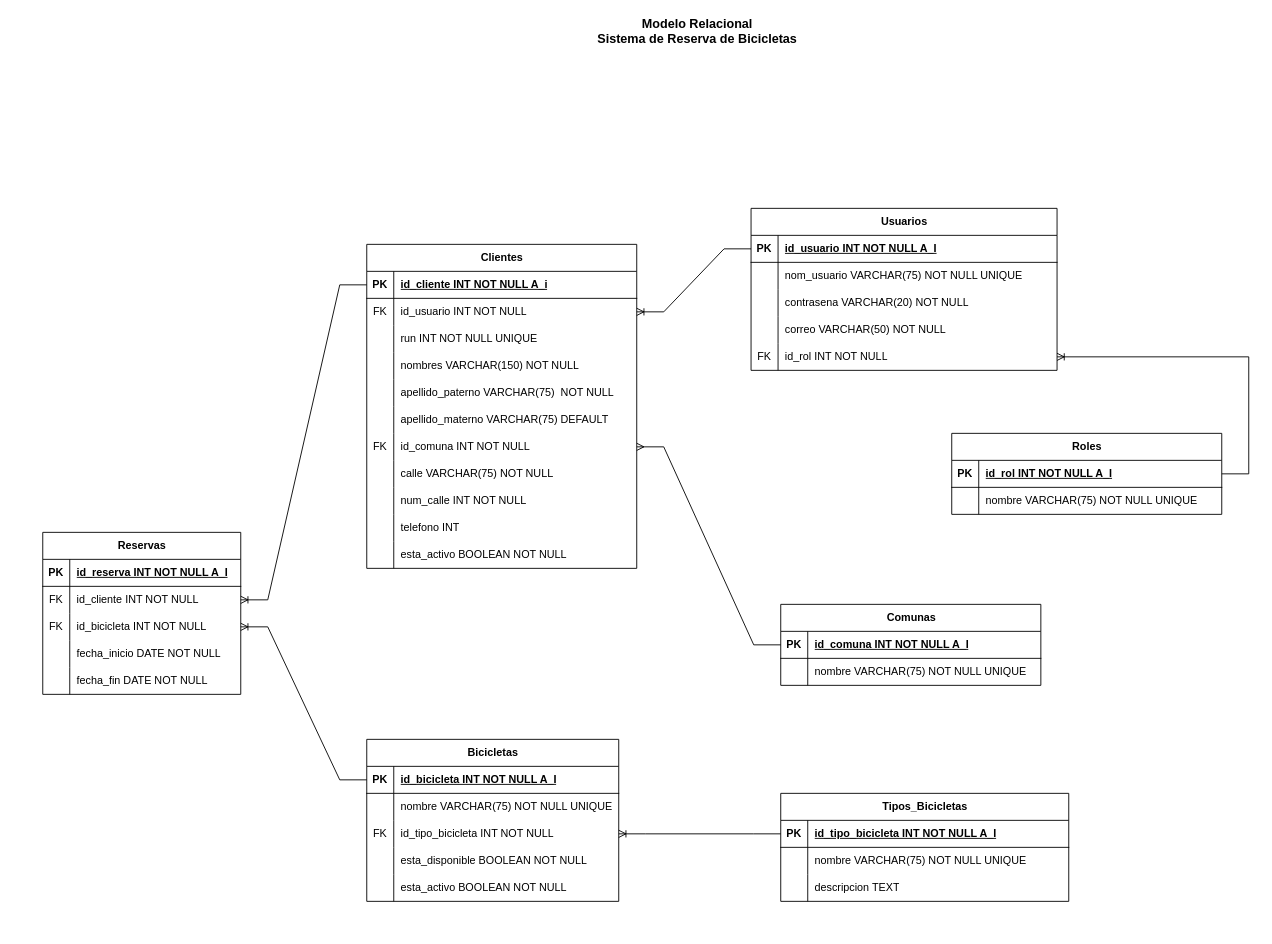
Earlier version of the draw.io diagram Documentos y sql/MR_MV.drawio (jss-jm/Examen). Source tidied: cells renumbered, new cells numbered last; positions are measured from the earlier drawing's top-left corner, leaving out a move shared by most shapes. Both pictures are drawn from the tidied source at 90%, with x=0, y=0 at pixel (42, 19).
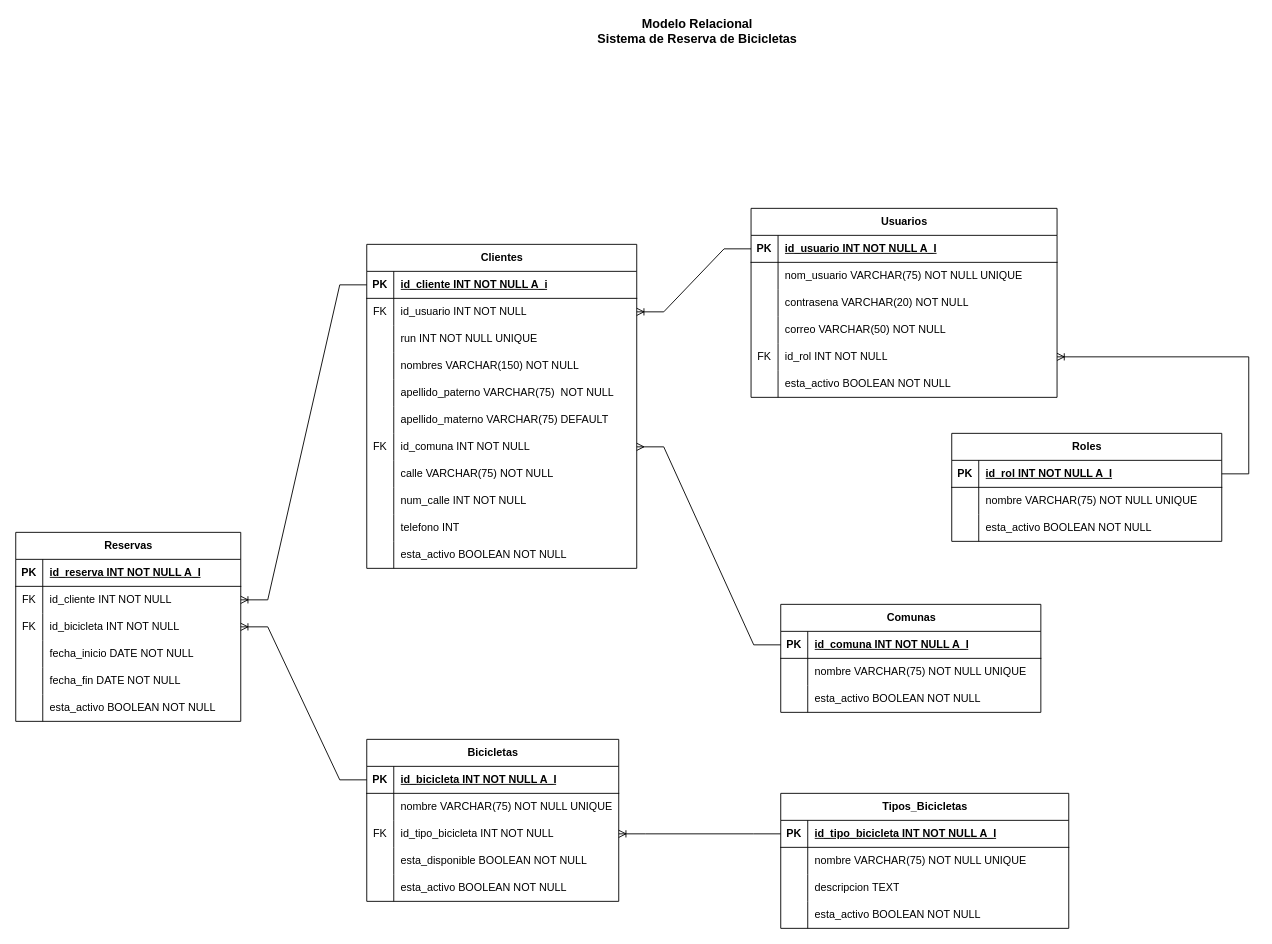
The same page after the edit.

The edit, as a diff of the source:
```diff
@@
     <mxCell id="2" value="Usuarios" style="shape=table;startSize=30;childLayout=tableLayout;rowLines=0;fontStyle=1;align=center;html=1;" parent="1" vertex="1">
-      <mxGeometry x="787" y="210" width="340" height="180" as="geometry" />
+      <mxGeometry x="787" y="210" width="340" height="210" as="geometry" />
     </mxCell>
@@
+    <mxCell id="115" style="shape=tableRow;horizontal=0;startSize=0;swimlaneHead=0;swimlaneBody=0;fillColor=none;top=0;left=0;right=0;bottom=0;" parent="2" vertex="1">
+      <mxGeometry y="180" width="340" height="30" as="geometry" />
+    </mxCell>
+    <mxCell id="116" style="shape=partialRectangle;fillColor=none;top=0;left=0;bottom=0;right=0;overflow=hidden;whiteSpace=wrap;html=1;" parent="115" vertex="1">
+      <mxGeometry width="30" height="30" as="geometry" />
+    </mxCell>
+    <mxCell id="117" value="esta_activo BOOLEAN NOT NULL" style="shape=partialRectangle;fillColor=none;top=0;left=0;bottom=0;right=0;align=left;spacingLeft=6;overflow=hidden;whiteSpace=wrap;html=1;" parent="115" vertex="1">
+      <mxGeometry x="30" width="310" height="30" as="geometry" />
+    </mxCell>
     <mxCell id="18" value="Roles" style="shape=table;startSize=30;childLayout=tableLayout;rowLines=0;fontStyle=1;align=center;html=1;" parent="1" vertex="1">
-      <mxGeometry x="1010" y="460" width="300" height="90" as="geometry" />
+      <mxGeometry x="1010" y="460" width="300" height="120" as="geometry" />
     </mxCell>
@@
+    <mxCell id="118" style="shape=tableRow;horizontal=0;startSize=0;swimlaneHead=0;swimlaneBody=0;fillColor=none;top=0;left=0;right=0;bottom=0;" parent="18" vertex="1">
+      <mxGeometry y="90" width="300" height="30" as="geometry" />
+    </mxCell>
+    <mxCell id="119" style="shape=partialRectangle;fillColor=none;top=0;left=0;bottom=0;right=0;overflow=hidden;whiteSpace=wrap;html=1;" parent="118" vertex="1">
+      <mxGeometry width="30" height="30" as="geometry" />
+    </mxCell>
+    <mxCell id="120" value="esta_activo BOOLEAN NOT NULL" style="shape=partialRectangle;fillColor=none;top=0;left=0;bottom=0;right=0;align=left;spacingLeft=6;overflow=hidden;whiteSpace=wrap;html=1;" parent="118" vertex="1">
+      <mxGeometry x="30" width="270" height="30" as="geometry" />
+    </mxCell>
@@
     <mxCell id="41" value="Reservas" style="shape=table;startSize=30;childLayout=tableLayout;rowLines=0;fontStyle=1;align=center;html=1;" parent="1" vertex="1">
-      <mxGeometry y="570" width="220" height="180" as="geometry" />
+      <mxGeometry x="-30" y="570" width="250" height="210" as="geometry" />
     </mxCell>
     <mxCell id="42" style="shape=tableRow;horizontal=0;startSize=0;swimlaneHead=0;swimlaneBody=0;fillColor=none;top=0;left=0;right=0;bottom=1;" parent="41" vertex="1">
-      <mxGeometry y="30" width="220" height="30" as="geometry" />
+      <mxGeometry y="30" width="250" height="30" as="geometry" />
     </mxCell>
@@
     <mxCell id="44" value="id_reserva INT NOT NULL A_I" style="shape=partialRectangle;fillColor=none;top=0;left=0;bottom=0;right=0;align=left;spacingLeft=6;fontStyle=5;overflow=hidden;whiteSpace=wrap;html=1;" parent="42" vertex="1">
-      <mxGeometry x="30" width="190" height="30" as="geometry" />
+      <mxGeometry x="30" width="220" height="30" as="geometry" />
     </mxCell>
     <mxCell id="45" style="shape=tableRow;horizontal=0;startSize=0;swimlaneHead=0;swimlaneBody=0;fillColor=none;points=[[0,0.5],[1,0.5]];portConstraint=eastwest;top=0;left=0;right=0;bottom=0;" parent="41" vertex="1">
-      <mxGeometry y="60" width="220" height="30" as="geometry" />
+      <mxGeometry y="60" width="250" height="30" as="geometry" />
     </mxCell>
@@
     <mxCell id="47" value="id_cliente INT NOT NULL" style="shape=partialRectangle;fillColor=none;top=0;left=0;bottom=0;right=0;align=left;spacingLeft=6;overflow=hidden;whiteSpace=wrap;html=1;" parent="45" vertex="1">
-      <mxGeometry x="30" width="190" height="30" as="geometry" />
+      <mxGeometry x="30" width="220" height="30" as="geometry" />
     </mxCell>
     <mxCell id="48" style="shape=tableRow;horizontal=0;startSize=0;swimlaneHead=0;swimlaneBody=0;fillColor=none;points=[[0,0.5],[1,0.5]];portConstraint=eastwest;top=0;left=0;right=0;bottom=0;" parent="41" vertex="1">
-      <mxGeometry y="90" width="220" height="30" as="geometry" />
+      <mxGeometry y="90" width="250" height="30" as="geometry" />
     </mxCell>
@@
     <mxCell id="50" value="id_bicicleta INT NOT NULL" style="shape=partialRectangle;fillColor=none;top=0;left=0;bottom=0;right=0;align=left;spacingLeft=6;overflow=hidden;whiteSpace=wrap;html=1;" parent="48" vertex="1">
-      <mxGeometry x="30" width="190" height="30" as="geometry" />
+      <mxGeometry x="30" width="220" height="30" as="geometry" />
     </mxCell>
     <mxCell id="51" style="shape=tableRow;horizontal=0;startSize=0;swimlaneHead=0;swimlaneBody=0;fillColor=none;top=0;left=0;right=0;bottom=0;" parent="41" vertex="1">
-      <mxGeometry y="120" width="220" height="30" as="geometry" />
+      <mxGeometry y="120" width="250" height="30" as="geometry" />
     </mxCell>
@@
     <mxCell id="53" value="fecha_inicio DATE NOT NULL" style="shape=partialRectangle;fillColor=none;top=0;left=0;bottom=0;right=0;align=left;spacingLeft=6;overflow=hidden;whiteSpace=wrap;html=1;" parent="51" vertex="1">
-      <mxGeometry x="30" width="190" height="30" as="geometry" />
+      <mxGeometry x="30" width="220" height="30" as="geometry" />
     </mxCell>
     <mxCell id="54" style="shape=tableRow;horizontal=0;startSize=0;swimlaneHead=0;swimlaneBody=0;fillColor=none;top=0;left=0;right=0;bottom=0;" parent="41" vertex="1">
-      <mxGeometry y="150" width="220" height="30" as="geometry" />
+      <mxGeometry y="150" width="250" height="30" as="geometry" />
     </mxCell>
@@
     <mxCell id="56" value="fecha_fin DATE NOT NULL" style="shape=partialRectangle;fillColor=none;top=0;left=0;bottom=0;right=0;align=left;spacingLeft=6;overflow=hidden;whiteSpace=wrap;html=1;" parent="54" vertex="1">
-      <mxGeometry x="30" width="190" height="30" as="geometry" />
+      <mxGeometry x="30" width="220" height="30" as="geometry" />
     </mxCell>
+    <mxCell id="121" style="shape=tableRow;horizontal=0;startSize=0;swimlaneHead=0;swimlaneBody=0;fillColor=none;top=0;left=0;right=0;bottom=0;" parent="41" vertex="1">
+      <mxGeometry y="180" width="250" height="30" as="geometry" />
+    </mxCell>
+    <mxCell id="122" style="shape=partialRectangle;fillColor=none;top=0;left=0;bottom=0;right=0;overflow=hidden;whiteSpace=wrap;html=1;" parent="121" vertex="1">
+      <mxGeometry width="30" height="30" as="geometry" />
+    </mxCell>
+    <mxCell id="123" value="esta_activo BOOLEAN NOT NULL" style="shape=partialRectangle;fillColor=none;top=0;left=0;bottom=0;right=0;align=left;spacingLeft=6;overflow=hidden;whiteSpace=wrap;html=1;" parent="121" vertex="1">
+      <mxGeometry x="30" width="220" height="30" as="geometry" />
+    </mxCell>
     <mxCell id="57" value="Tipos_Bicicletas" style="shape=table;startSize=30;childLayout=tableLayout;rowLines=0;fontStyle=1;align=center;html=1;" parent="1" vertex="1">
-      <mxGeometry x="820" y="860" width="320" height="120" as="geometry" />
+      <mxGeometry x="820" y="860" width="320" height="150" as="geometry" />
     </mxCell>
@@
+    <mxCell id="124" style="shape=tableRow;horizontal=0;startSize=0;swimlaneHead=0;swimlaneBody=0;fillColor=none;top=0;left=0;right=0;bottom=0;" parent="57" vertex="1">
+      <mxGeometry y="120" width="320" height="30" as="geometry" />
+    </mxCell>
+    <mxCell id="125" style="shape=partialRectangle;fillColor=none;top=0;left=0;bottom=0;right=0;overflow=hidden;whiteSpace=wrap;html=1;" parent="124" vertex="1">
+      <mxGeometry width="30" height="30" as="geometry" />
+    </mxCell>
+    <mxCell id="126" value="esta_activo BOOLEAN NOT NULL" style="shape=partialRectangle;fillColor=none;top=0;left=0;bottom=0;right=0;align=left;spacingLeft=6;overflow=hidden;whiteSpace=wrap;html=1;" parent="124" vertex="1">
+      <mxGeometry x="30" width="290" height="30" as="geometry" />
+    </mxCell>
@@
     <mxCell id="68" value="Comunas" style="shape=table;startSize=30;childLayout=tableLayout;rowLines=0;fontStyle=1;align=center;html=1;" parent="1" vertex="1">
-      <mxGeometry x="820" y="650" width="289" height="90" as="geometry" />
+      <mxGeometry x="820" y="650" width="289" height="120" as="geometry" />
     </mxCell>
@@
+    <mxCell id="127" style="shape=tableRow;horizontal=0;startSize=0;swimlaneHead=0;swimlaneBody=0;fillColor=none;top=0;left=0;right=0;bottom=0;" parent="68" vertex="1">
+      <mxGeometry y="90" width="289" height="30" as="geometry" />
+    </mxCell>
+    <mxCell id="128" style="shape=partialRectangle;fillColor=none;top=0;left=0;bottom=0;right=0;overflow=hidden;whiteSpace=wrap;html=1;" parent="127" vertex="1">
+      <mxGeometry width="30" height="30" as="geometry" />
+    </mxCell>
+    <mxCell id="129" value="esta_activo BOOLEAN NOT NULL" style="shape=partialRectangle;fillColor=none;top=0;left=0;bottom=0;right=0;align=left;spacingLeft=6;overflow=hidden;whiteSpace=wrap;html=1;" parent="127" vertex="1">
+      <mxGeometry x="30" width="259" height="30" as="geometry" />
+    </mxCell>
```
